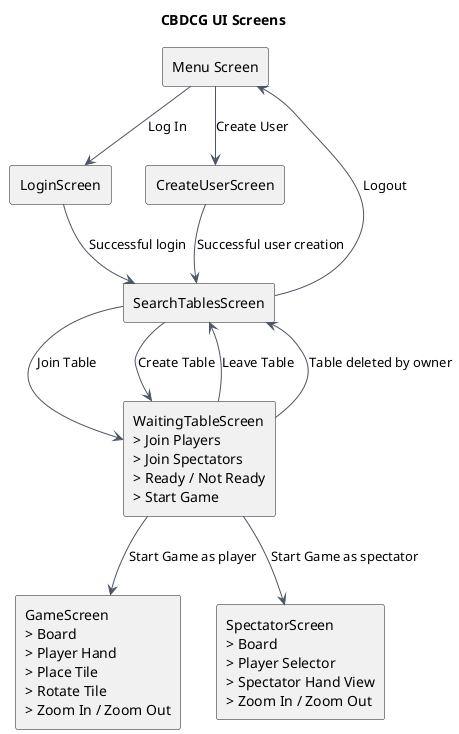
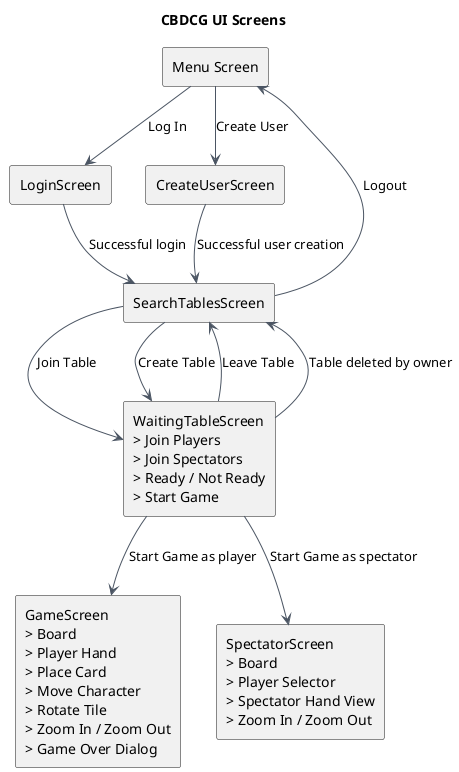
@startuml
title CBDCG UI Screens

skinparam backgroundColor white
skinparam shadowing false
skinparam defaultFontName Arial
skinparam packageStyle rectangle
skinparam ArrowColor #4B5563
skinparam NoteBackgroundColor #FFF8DC
skinparam NoteBorderColor #D4A017

rectangle "Menu Screen" as Menu

rectangle "LoginScreen" as Login

rectangle "CreateUserScreen" as CreateUser

rectangle "SearchTablesScreen" as SearchTables

rectangle "WaitingTableScreen\n> Join Players\n> Join Spectators\n> Ready / Not Ready\n> Start Game" as WaitingTable

- rectangle "GameScreen\n> Board\n> Player Hand\n> Place Tile\n> Rotate Tile\n> Zoom In / Zoom Out" as Game
+ rectangle "GameScreen\n> Board\n> Player Hand\n> Place Card\n> Move Character\n> Rotate Tile\n> Zoom In / Zoom Out\n> Game Over Dialog" as Game

rectangle "SpectatorScreen\n> Board\n> Player Selector\n> Spectator Hand View\n> Zoom In / Zoom Out" as Spectator

Menu --> Login : Log In
Menu --> CreateUser : Create User

Login --> SearchTables : Successful login
CreateUser --> SearchTables : Successful user creation

SearchTables --> WaitingTable : Join Table
SearchTables --> WaitingTable : Create Table
SearchTables --> Menu : Logout

WaitingTable --> SearchTables : Leave Table
WaitingTable --> SearchTables : Table deleted by owner
WaitingTable --> Game : Start Game as player
WaitingTable --> Spectator : Start Game as spectator

@enduml
